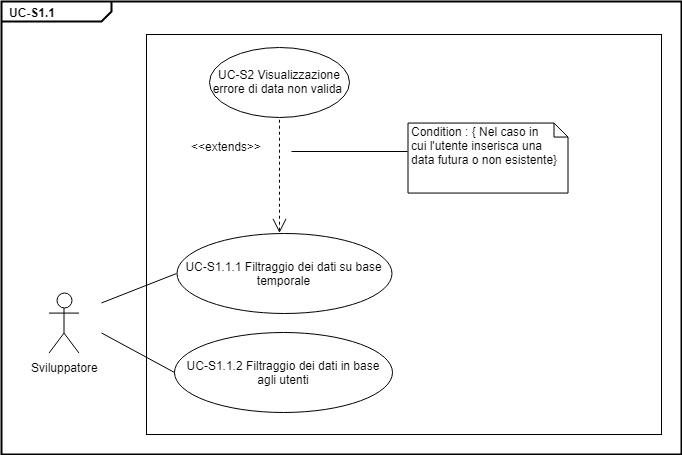
The draw.io diagram docs/Analisi_dei_requisiti/images/UC-S1_1.png in ottoBitPd/colletta, before a commit. Source tidied: cells renumbered, new cells last; positions are measured from the earlier drawing's top-left corner, leaving out a move shared by most shapes. Source of this version:
```xml
<mxGraphModel>
  <root>
    <mxCell id="0" />
    <mxCell id="1" parent="0" />
    <mxCell id="2" value="&lt;p style=&quot;margin: 0px ; margin-top: 4px ; margin-left: 7px ; text-align: left&quot;&gt;&lt;b&gt;UC-S1.1&lt;/b&gt;&lt;/p&gt;" style="html=1;shape=mxgraph.sysml.package;overflow=fill;labelX=110;strokeWidth=2;align=center;fillColor=none;" parent="1" vertex="1">
      <mxGeometry width="680" height="453" as="geometry" />
    </mxCell>
    <mxCell id="3" style="rounded=0;whiteSpace=wrap;html=1;" parent="1" vertex="1">
      <mxGeometry x="145" y="33" width="515" height="400" as="geometry" />
    </mxCell>
    <mxCell id="4" value="Sviluppatore" style="shape=umlActor;verticalLabelPosition=bottom;labelBackgroundColor=#ffffff;verticalAlign=top;html=1;" parent="1" vertex="1">
      <mxGeometry x="47.5" y="291.6" width="30" height="60" as="geometry" />
    </mxCell>
    <mxCell id="5" value="UC-S1.1.1 Filtraggio dei dati su base temporale" style="ellipse;whiteSpace=wrap;html=1;" parent="1" vertex="1">
      <mxGeometry x="175" y="232" width="215" height="80" as="geometry" />
    </mxCell>
    <mxCell id="6" value="UC-S1.1.2 Filtraggio dei dati in base agli utenti" style="ellipse;whiteSpace=wrap;html=1;" parent="1" vertex="1">
      <mxGeometry x="173" y="331" width="218" height="80" as="geometry" />
    </mxCell>
    <mxCell id="7" style="endArrow=none;html=1;entryX=0;entryY=0.5;entryDx=0;entryDy=0;" parent="1" edge="1" target="6">
      <mxGeometry relative="1" as="geometry">
        <mxPoint x="100" y="331.5" as="sourcePoint" />
      </mxGeometry>
    </mxCell>
    <mxCell id="8" style="endArrow=none;html=1;entryX=0;entryY=0.5;entryDx=0;entryDy=0;" parent="1" edge="1" target="5">
      <mxGeometry relative="1" as="geometry">
        <mxPoint x="100" y="301.5" as="sourcePoint" />
      </mxGeometry>
    </mxCell>
    <mxCell id="9" value="UC-S2 Visualizzazione errore di data non valida&amp;nbsp;&lt;br&gt;" style="ellipse;whiteSpace=wrap;html=1;fontColor=none;" parent="1" vertex="1">
      <mxGeometry x="208" y="46" width="140" height="70" as="geometry" />
    </mxCell>
    <mxCell id="10" value="Use" style="endArrow=none;endSize=12;dashed=1;html=1;strokeColor=#000;strokeWidth=1;fontColor=none;noLabel=1;startArrow=open;startFill=0;startSize=12;endFill=0;" parent="1" edge="1" target="9">
      <mxGeometry relative="1" as="geometry">
        <mxPoint x="278" y="231.5" as="sourcePoint" />
      </mxGeometry>
    </mxCell>
    <mxCell id="11" value="&amp;lt;&amp;lt;extends&amp;gt;&amp;gt;&lt;br&gt;" style="text;html=1;align=left;verticalAlign=top;spacingTop=-4;fontColor=none;" parent="1" vertex="1">
      <mxGeometry x="188" y="136.5" width="90" height="20" as="geometry" />
    </mxCell>
    <mxCell id="12" value="Condition : { Nel caso in&lt;br&gt;cui l'utente inserisca una data futura o non esistente}" style="shape=note;whiteSpace=wrap;html=1;size=14;verticalAlign=top;align=left;spacingTop=-6;" parent="1" vertex="1">
      <mxGeometry x="406.5" y="121.6" width="160" height="70" as="geometry" />
    </mxCell>
    <mxCell id="13" style="endArrow=none;html=1;entryX=-0.005;entryY=0.4;entryDx=0;entryDy=0;entryPerimeter=0;" parent="1" edge="1" target="12">
      <mxGeometry relative="1" as="geometry">
        <mxPoint x="290" y="150" as="sourcePoint" />
      </mxGeometry>
    </mxCell>
  </root>
</mxGraphModel>
```
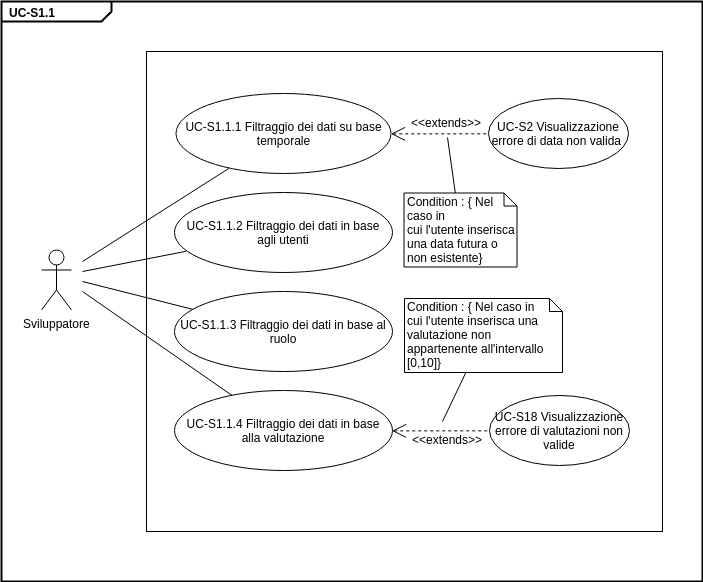
The same diagram one commit later.

Diff of the diagram source:
```diff
@@ -3,48 +3,79 @@
     <mxCell id="0" />
     <mxCell id="1" parent="0" />
     <mxCell id="2" value="&lt;p style=&quot;margin: 0px ; margin-top: 4px ; margin-left: 7px ; text-align: left&quot;&gt;&lt;b&gt;UC-S1.1&lt;/b&gt;&lt;/p&gt;" style="html=1;shape=mxgraph.sysml.package;overflow=fill;labelX=110;strokeWidth=2;align=center;fillColor=none;" parent="1" vertex="1">
-      <mxGeometry width="680" height="453" as="geometry" />
+      <mxGeometry x="-11" y="3683" width="701" height="580" as="geometry" />
     </mxCell>
     <mxCell id="3" style="rounded=0;whiteSpace=wrap;html=1;" parent="1" vertex="1">
-      <mxGeometry x="145" y="33" width="515" height="400" as="geometry" />
+      <mxGeometry x="134" y="3733" width="516" height="480" as="geometry" />
     </mxCell>
     <mxCell id="4" value="Sviluppatore" style="shape=umlActor;verticalLabelPosition=bottom;labelBackgroundColor=#ffffff;verticalAlign=top;html=1;" parent="1" vertex="1">
-      <mxGeometry x="47.5" y="291.6" width="30" height="60" as="geometry" />
+      <mxGeometry x="29" y="3931.5" width="30" height="60" as="geometry" />
     </mxCell>
     <mxCell id="5" value="UC-S1.1.1 Filtraggio dei dati su base temporale" style="ellipse;whiteSpace=wrap;html=1;" parent="1" vertex="1">
-      <mxGeometry x="175" y="232" width="215" height="80" as="geometry" />
+      <mxGeometry x="163.5" y="3775.4" width="215" height="80" as="geometry" />
     </mxCell>
     <mxCell id="6" value="UC-S1.1.2 Filtraggio dei dati in base agli utenti" style="ellipse;whiteSpace=wrap;html=1;" parent="1" vertex="1">
-      <mxGeometry x="173" y="331" width="218" height="80" as="geometry" />
+      <mxGeometry x="161.5" y="3874.4" width="218" height="80" as="geometry" />
     </mxCell>
-    <mxCell id="7" style="endArrow=none;html=1;entryX=0;entryY=0.5;entryDx=0;entryDy=0;" parent="1" edge="1" target="6">
-      <mxGeometry relative="1" as="geometry">
-        <mxPoint x="100" y="331.5" as="sourcePoint" />
-      </mxGeometry>
+    <mxCell id="7" value="UC-S2 Visualizzazione errore di data non valida&amp;nbsp;&lt;br&gt;" style="ellipse;whiteSpace=wrap;html=1;fontColor=none;" parent="1" vertex="1">
+      <mxGeometry x="476" y="3780.4" width="140" height="70" as="geometry" />
     </mxCell>
-    <mxCell id="8" style="endArrow=none;html=1;entryX=0;entryY=0.5;entryDx=0;entryDy=0;" parent="1" edge="1" target="5">
-      <mxGeometry relative="1" as="geometry">
-        <mxPoint x="100" y="301.5" as="sourcePoint" />
-      </mxGeometry>
+    <mxCell id="8" value="Use" style="endArrow=none;endSize=12;dashed=1;html=1;strokeColor=#000;strokeWidth=1;fontColor=none;noLabel=1;startArrow=open;startFill=0;startSize=12;endFill=0;" parent="1" edge="1" source="5" target="7">
+      <mxGeometry relative="1" as="geometry" />
     </mxCell>
-    <mxCell id="9" value="UC-S2 Visualizzazione errore di data non valida&amp;nbsp;&lt;br&gt;" style="ellipse;whiteSpace=wrap;html=1;fontColor=none;" parent="1" vertex="1">
-      <mxGeometry x="208" y="46" width="140" height="70" as="geometry" />
+    <mxCell id="9" value="&amp;lt;&amp;lt;extends&amp;gt;&amp;gt;&lt;br&gt;" style="text;html=1;points=[];align=center;verticalAlign=top;spacingTop=-4;fontColor=none;" parent="1" vertex="1">
+      <mxGeometry x="388.5" y="3795.4" width="90" height="20" as="geometry" />
     </mxCell>
-    <mxCell id="10" value="Use" style="endArrow=none;endSize=12;dashed=1;html=1;strokeColor=#000;strokeWidth=1;fontColor=none;noLabel=1;startArrow=open;startFill=0;startSize=12;endFill=0;" parent="1" edge="1" target="9">
-      <mxGeometry relative="1" as="geometry">
-        <mxPoint x="278" y="231.5" as="sourcePoint" />
-      </mxGeometry>
+    <mxCell id="10" value="Condition : { Nel caso in&lt;br&gt;cui l'utente inserisca una data futura o non esistente}" style="shape=note;whiteSpace=wrap;html=1;size=13;verticalAlign=top;align=left;spacingTop=-6;" parent="1" vertex="1">
+      <mxGeometry x="391.5" y="3874.5" width="113" height="74" as="geometry" />
     </mxCell>
-    <mxCell id="11" value="&amp;lt;&amp;lt;extends&amp;gt;&amp;gt;&lt;br&gt;" style="text;html=1;align=left;verticalAlign=top;spacingTop=-4;fontColor=none;" parent="1" vertex="1">
-      <mxGeometry x="188" y="136.5" width="90" height="20" as="geometry" />
+    <mxCell id="11" style="endArrow=none;html=1;exitX=0.517;exitY=1.182;exitDx=0;exitDy=0;exitPerimeter=0;" parent="1" edge="1" source="9" target="10">
+      <mxGeometry relative="1" as="geometry" />
     </mxCell>
-    <mxCell id="12" value="Condition : { Nel caso in&lt;br&gt;cui l'utente inserisca una data futura o non esistente}" style="shape=note;whiteSpace=wrap;html=1;size=14;verticalAlign=top;align=left;spacingTop=-6;" parent="1" vertex="1">
-      <mxGeometry x="406.5" y="121.6" width="160" height="70" as="geometry" />
+    <mxCell id="12" value="UC-S1.1.3&amp;nbsp;Filtraggio dei dati in base al ruolo" style="ellipse;whiteSpace=wrap;html=1;" parent="1" vertex="1">
+      <mxGeometry x="161.5" y="3973.4" width="218" height="80" as="geometry" />
     </mxCell>
-    <mxCell id="13" style="endArrow=none;html=1;entryX=-0.005;entryY=0.4;entryDx=0;entryDy=0;entryPerimeter=0;" parent="1" edge="1" target="12">
-      <mxGeometry relative="1" as="geometry">
-        <mxPoint x="290" y="150" as="sourcePoint" />
-      </mxGeometry>
+    <mxCell id="13" value="UC-S1.1.4 Filtraggio dei dati in base alla valutazione&lt;br&gt;" style="ellipse;whiteSpace=wrap;html=1;" parent="1" vertex="1">
+      <mxGeometry x="161.5" y="4072.4" width="218" height="80" as="geometry" />
     </mxCell>
+    <mxCell id="14" style="endArrow=none;html=1;" parent="1" edge="1" target="5">
+      <mxGeometry relative="1" as="geometry">
+        <mxPoint x="70" y="3943" as="sourcePoint" />
+      </mxGeometry>
+    </mxCell>
+    <mxCell id="15" style="endArrow=none;html=1;" parent="1" edge="1" target="6">
+      <mxGeometry relative="1" as="geometry">
+        <mxPoint x="70" y="3953" as="sourcePoint" />
+      </mxGeometry>
+    </mxCell>
+    <mxCell id="16" style="endArrow=none;html=1;" parent="1" edge="1" target="12">
+      <mxGeometry relative="1" as="geometry">
+        <mxPoint x="70" y="3963" as="sourcePoint" />
+      </mxGeometry>
+    </mxCell>
+    <mxCell id="17" style="endArrow=none;html=1;" parent="1" edge="1" target="13">
+      <mxGeometry relative="1" as="geometry">
+        <mxPoint x="70" y="3973" as="sourcePoint" />
+      </mxGeometry>
+    </mxCell>
+    <mxCell id="18" value="UC-S18 Visualizzazione errore di valutazioni non valide&lt;br&gt;" style="ellipse;whiteSpace=wrap;html=1;fontColor=none;" parent="1" vertex="1">
+      <mxGeometry x="477" y="4077.4" width="140" height="70" as="geometry" />
+    </mxCell>
+    <mxCell id="19" value="Use" style="endArrow=none;endSize=12;dashed=1;html=1;strokeColor=#000;strokeWidth=1;fontColor=none;noLabel=1;startArrow=open;startFill=0;startSize=12;endFill=0;" parent="1" edge="1" target="18">
+      <mxGeometry relative="1" as="geometry">
+        <mxPoint x="379.5" y="4112.4" as="sourcePoint" />
+      </mxGeometry>
+    </mxCell>
+    <mxCell id="20" value="&amp;lt;&amp;lt;extends&amp;gt;&amp;gt;&lt;br&gt;" style="text;html=1;align=center;verticalAlign=top;spacingTop=-4;fontColor=none;" parent="1" vertex="1">
+      <mxGeometry x="389.5" y="4112.4" width="90" height="20" as="geometry" />
+    </mxCell>
+    <mxCell id="21" value="Condition : { Nel caso in&lt;br&gt;cui l'utente inserisca una valutazione non appartenente all'intervallo [0,10]}" style="shape=note;whiteSpace=wrap;html=1;size=13;verticalAlign=top;align=left;spacingTop=-6;" parent="1" vertex="1">
+      <mxGeometry x="392" y="3980" width="158" height="74" as="geometry" />
+    </mxCell>
+    <mxCell id="22" style="endArrow=none;html=1;" parent="1" edge="1" target="21">
+      <mxGeometry relative="1" as="geometry">
+        <mxPoint x="430" y="4103" as="sourcePoint" />
+      </mxGeometry>
+    </mxCell>
   </root>
 </mxGraphModel>
```
